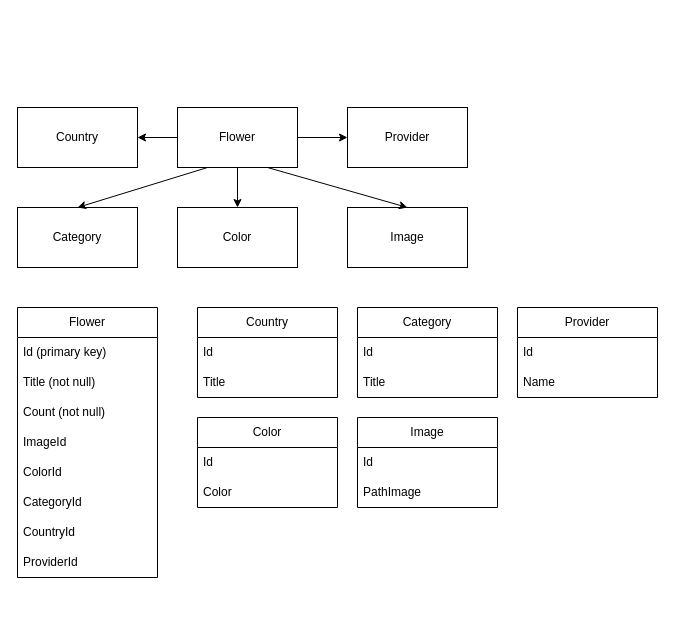
Above: Diagrams/FlowerShopDiagram.drawio in MarinaFriday/FlowerShop (draw.io), before the change. Source tidied: cells renumbered, new cells numbered last; positions are measured from the earlier drawing's top-left corner, leaving out a move shared by most shapes. Both pictures are drawn from the tidied source at 100%, with x=0, y=0 at pixel (17, 107).
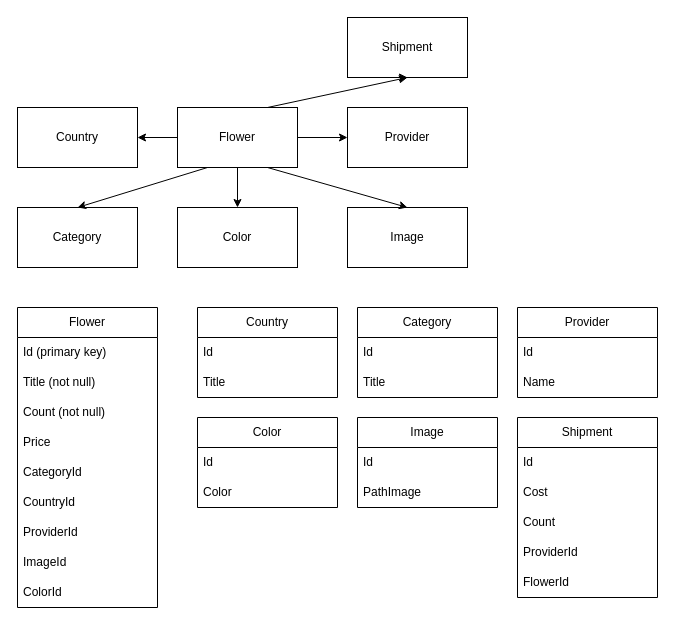
The same page after the edit.

The change refers to these unchanged cells:
```xml
<mxCell id="2" value="Flower" style="rounded=0;whiteSpace=wrap;html=1;" parent="1" vertex="1">
  <mxGeometry x="160" width="120" height="60" as="geometry" />
</mxCell>
```

What changed in the source:
```diff
@@
     <mxCell id="9" value="Flower" style="swimlane;fontStyle=0;horizontal=1;startSize=30;whiteSpace=wrap;html=1;" parent="1" vertex="1">
-      <mxGeometry y="200" width="140" height="270" as="geometry" />
+      <mxGeometry y="200" width="140" height="300" as="geometry" />
     </mxCell>
@@
-    <mxCell id="13" value="ImageId" style="text;strokeColor=none;fillColor=none;align=left;verticalAlign=middle;spacingLeft=4;spacingRight=4;overflow=hidden;whiteSpace=wrap;html=1;" parent="9" vertex="1">
-      <mxGeometry y="120" width="140" height="30" as="geometry" />
-    </mxCell>
-    <mxCell id="14" value="ColorId" style="text;strokeColor=none;fillColor=none;align=left;verticalAlign=middle;spacingLeft=4;spacingRight=4;overflow=hidden;whiteSpace=wrap;html=1;" parent="9" vertex="1">
-      <mxGeometry y="150" width="140" height="30" as="geometry" />
+    <mxCell id="14" value="Price" style="text;strokeColor=none;fillColor=none;align=left;verticalAlign=middle;spacingLeft=4;spacingRight=4;overflow=hidden;whiteSpace=wrap;html=1;" parent="9" vertex="1">
+      <mxGeometry y="120" width="140" height="30" as="geometry" />
     </mxCell>
     <mxCell id="15" value="CategoryId" style="text;strokeColor=none;fillColor=none;align=left;verticalAlign=middle;spacingLeft=4;spacingRight=4;overflow=hidden;whiteSpace=wrap;html=1;" parent="9" vertex="1">
-      <mxGeometry y="180" width="140" height="30" as="geometry" />
+      <mxGeometry y="150" width="140" height="30" as="geometry" />
     </mxCell>
     <mxCell id="16" value="CountryId" style="text;strokeColor=none;fillColor=none;align=left;verticalAlign=middle;spacingLeft=4;spacingRight=4;overflow=hidden;whiteSpace=wrap;html=1;" parent="9" vertex="1">
-      <mxGeometry y="210" width="140" height="30" as="geometry" />
+      <mxGeometry y="180" width="140" height="30" as="geometry" />
     </mxCell>
     <mxCell id="17" value="ProviderId" style="text;strokeColor=none;fillColor=none;align=left;verticalAlign=middle;spacingLeft=4;spacingRight=4;overflow=hidden;whiteSpace=wrap;html=1;" parent="9" vertex="1">
-      <mxGeometry y="240" width="140" height="30" as="geometry" />
+      <mxGeometry y="210" width="140" height="30" as="geometry" />
     </mxCell>
+    <mxCell id="13" value="ImageId" style="text;strokeColor=none;fillColor=none;align=left;verticalAlign=middle;spacingLeft=4;spacingRight=4;overflow=hidden;whiteSpace=wrap;html=1;" parent="9" vertex="1">
+      <mxGeometry y="240" width="140" height="30" as="geometry" />
+    </mxCell>
+    <mxCell id="37" value="ColorId" style="text;strokeColor=none;fillColor=none;align=left;verticalAlign=middle;spacingLeft=4;spacingRight=4;overflow=hidden;whiteSpace=wrap;html=1;" parent="9" vertex="1">
+      <mxGeometry y="270" width="140" height="30" as="geometry" />
+    </mxCell>
@@
+    <mxCell id="38" value="Shipment" style="rounded=0;whiteSpace=wrap;html=1;" parent="1" vertex="1">
+      <mxGeometry x="330" y="-90" width="120" height="60" as="geometry" />
+    </mxCell>
+    <mxCell id="39" style="endArrow=classic;html=1;rounded=0;exitX=0.75;exitY=0;exitDx=0;exitDy=0;entryX=0.5;entryY=1;entryDx=0;entryDy=0;" parent="1" edge="1" source="2" target="38">
+      <mxGeometry relative="1" as="geometry" />
+    </mxCell>
+    <mxCell id="40" style="edgeStyle=orthogonalEdgeStyle;rounded=0;orthogonalLoop=1;jettySize=auto;html=1;exitX=0.25;exitY=1;exitDx=0;exitDy=0;entryX=0.5;entryY=1;entryDx=0;entryDy=0;" parent="1" edge="1" source="38" target="38">
+      <mxGeometry relative="1" as="geometry" />
+    </mxCell>
+    <mxCell id="41" value="Shipment" style="swimlane;fontStyle=0;horizontal=1;startSize=30;whiteSpace=wrap;html=1;" parent="1" vertex="1">
+      <mxGeometry x="500" y="310" width="140" height="180" as="geometry" />
+    </mxCell>
+    <mxCell id="42" value="Id" style="text;strokeColor=none;fillColor=none;align=left;verticalAlign=middle;spacingLeft=4;spacingRight=4;overflow=hidden;whiteSpace=wrap;html=1;" parent="41" vertex="1">
+      <mxGeometry y="30" width="140" height="30" as="geometry" />
+    </mxCell>
+    <mxCell id="43" value="Cost" style="text;strokeColor=none;fillColor=none;align=left;verticalAlign=middle;spacingLeft=4;spacingRight=4;overflow=hidden;whiteSpace=wrap;html=1;" parent="41" vertex="1">
+      <mxGeometry y="60" width="140" height="30" as="geometry" />
+    </mxCell>
+    <mxCell id="44" value="Count" style="text;strokeColor=none;fillColor=none;align=left;verticalAlign=middle;spacingLeft=4;spacingRight=4;overflow=hidden;whiteSpace=wrap;html=1;" parent="41" vertex="1">
+      <mxGeometry y="90" width="140" height="30" as="geometry" />
+    </mxCell>
+    <mxCell id="45" value="ProviderId" style="text;strokeColor=none;fillColor=none;align=left;verticalAlign=middle;spacingLeft=4;spacingRight=4;overflow=hidden;whiteSpace=wrap;html=1;" parent="41" vertex="1">
+      <mxGeometry y="120" width="140" height="30" as="geometry" />
+    </mxCell>
+    <mxCell id="46" value="FlowerId" style="text;strokeColor=none;fillColor=none;align=left;verticalAlign=middle;spacingLeft=4;spacingRight=4;overflow=hidden;whiteSpace=wrap;html=1;" parent="41" vertex="1">
+      <mxGeometry y="150" width="140" height="30" as="geometry" />
+    </mxCell>
```
